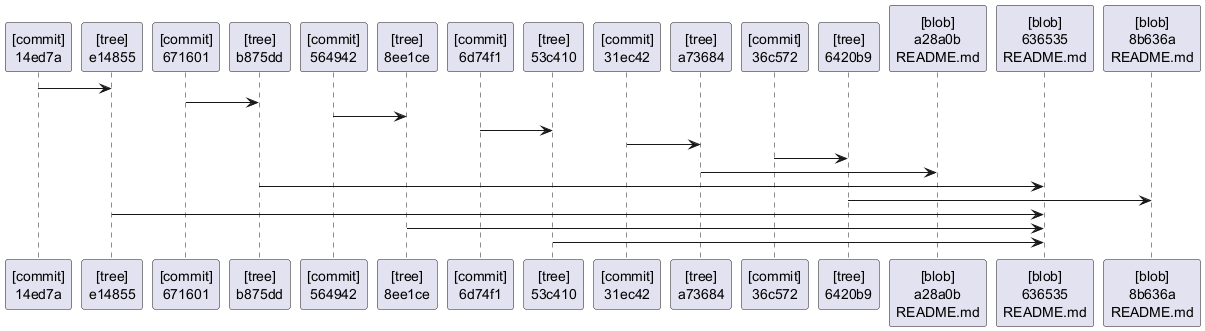
Above: dependency_graph.png in Balex7777/Configuration_HW2 (PlantUML), before the change.
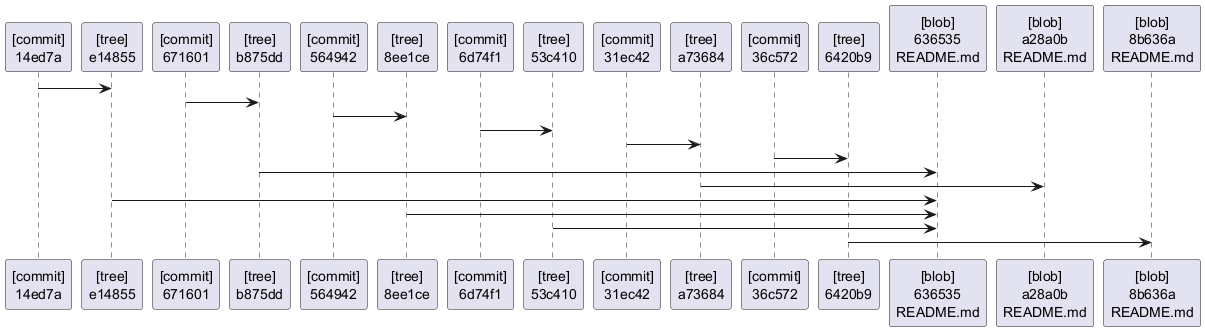
Later version of the same file.

Change to the diagram source:
```diff
@@ -5,10 +5,10 @@
 "[commit]\n6d74f1" -> "[tree]\n53c410"
 "[commit]\n31ec42" -> "[tree]\na73684"
 "[commit]\n36c572" -> "[tree]\n6420b9"
+"[tree]\nb875dd" -> "[blob]\n636535\nREADME.md"
 "[tree]\na73684" -> "[blob]\na28a0b\nREADME.md"
-"[tree]\nb875dd" -> "[blob]\n636535\nREADME.md"
-"[tree]\n6420b9" -> "[blob]\n8b636a\nREADME.md"
 "[tree]\ne14855" -> "[blob]\n636535\nREADME.md"
 "[tree]\n8ee1ce" -> "[blob]\n636535\nREADME.md"
 "[tree]\n53c410" -> "[blob]\n636535\nREADME.md"
+"[tree]\n6420b9" -> "[blob]\n8b636a\nREADME.md"
 @enduml
```
